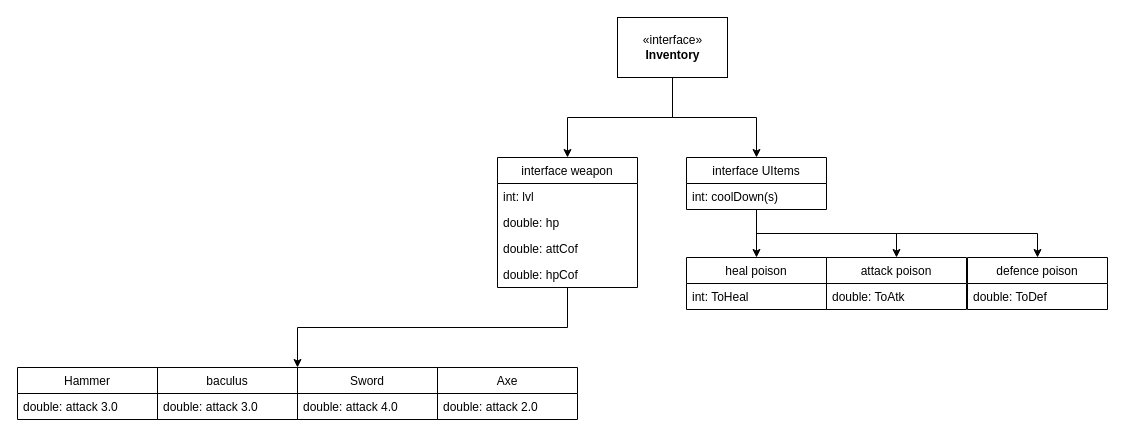
The draw.io diagram page "Inventory(weapon,UItems)" (2 of 3) of src/plan/projectDiagram.drawio in vfedychkanych/MyPlayProj, before the edit. Source tidied: cells renumbered, new cells numbered last; positions are measured from the earlier drawing's top-left corner, leaving out a move shared by most shapes. Both pictures are drawn from the tidied source at 100%, with x=0, y=0 at pixel (17, 17).
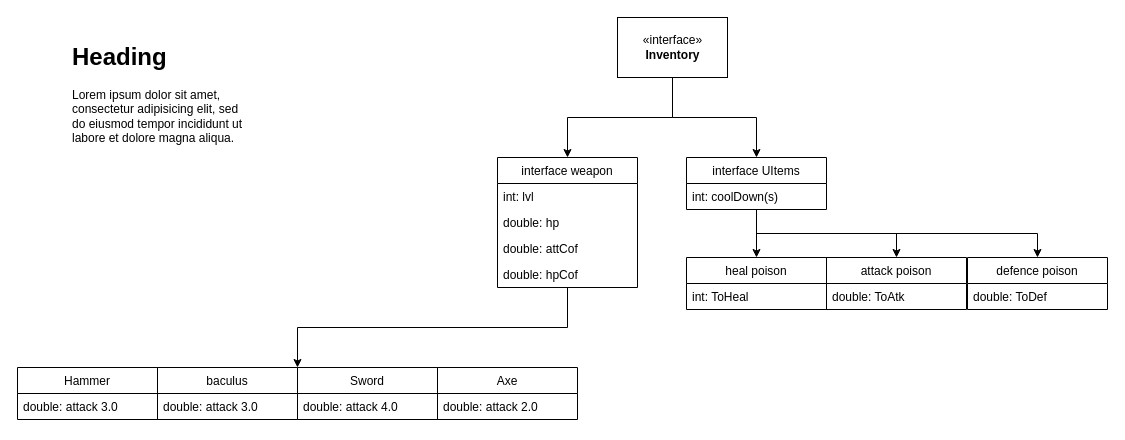
Above is the later version.

Diff of the diagram source:
```diff
@@
+    <mxCell id="30" value="&lt;h1&gt;Heading&lt;/h1&gt;&lt;p&gt;Lorem ipsum dolor sit amet, consectetur adipisicing elit, sed do eiusmod tempor incididunt ut labore et dolore magna aliqua.&lt;/p&gt;" style="text;html=1;strokeColor=none;fillColor=none;spacing=5;spacingTop=-20;whiteSpace=wrap;overflow=hidden;rounded=0;" parent="1" vertex="1">
+      <mxGeometry x="50" y="20" width="190" height="120" as="geometry" />
+    </mxCell>
```
